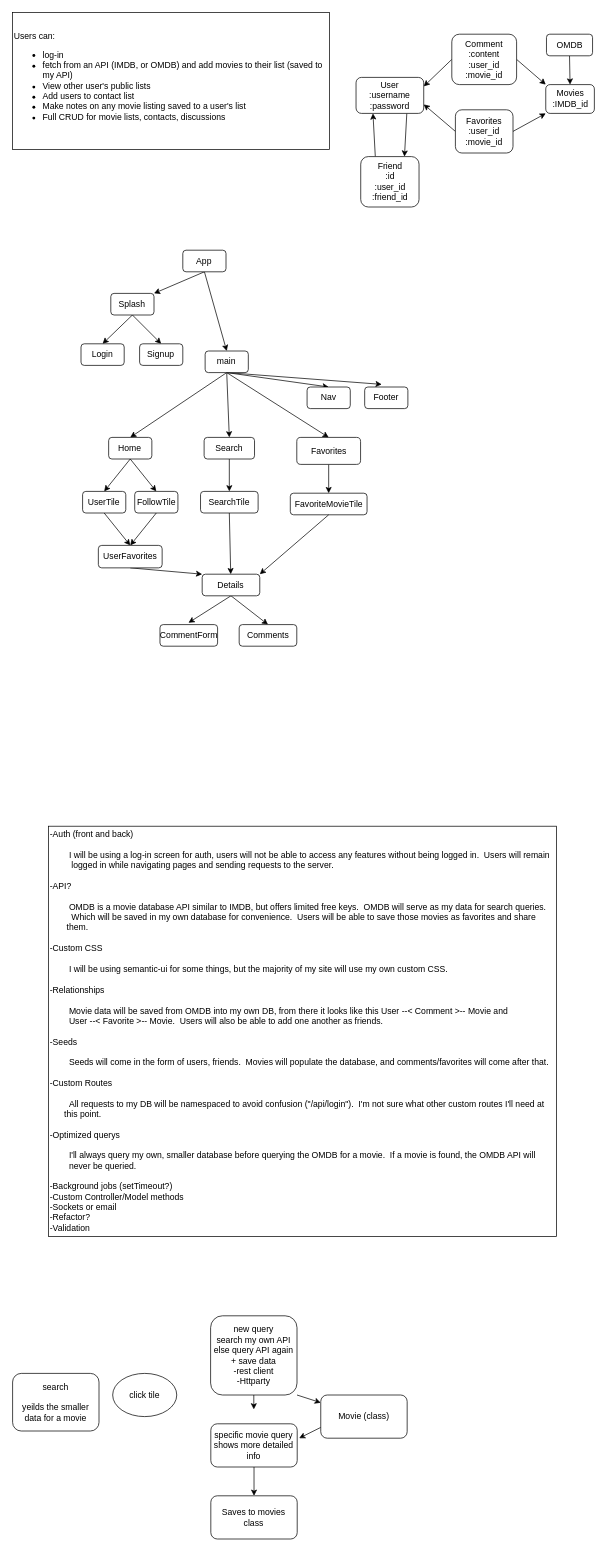
Above: plans.drawio in tmontobbio/movie-hunter (draw.io), before the change. Source tidied: cells renumbered, new cells numbered last; positions are measured from the earlier drawing's top-left corner, leaving out a move shared by most shapes. Both pictures are drawn from the tidied source at 72%, with x=0, y=0 at pixel (12, 12).
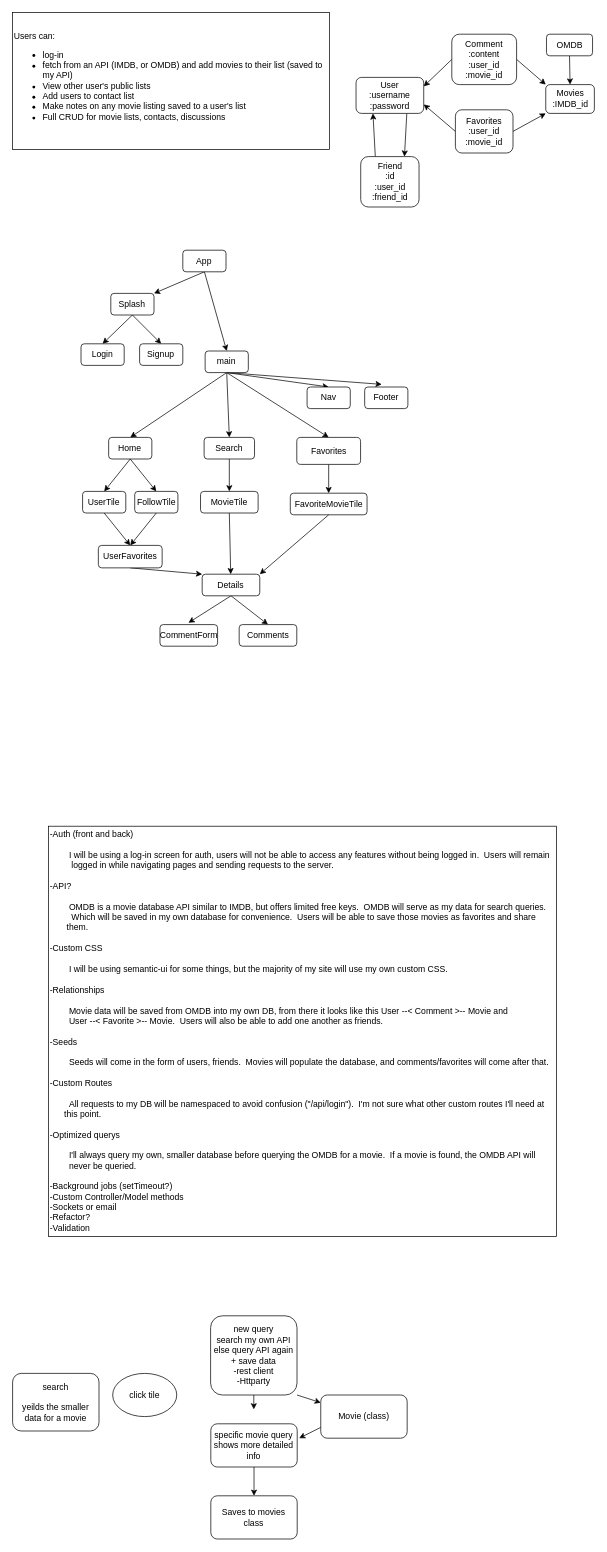
The same page after the edit.

The edit, as a diff of the source:
```diff
@@
-    <mxCell id="35" value="SearchTile" style="rounded=1;whiteSpace=wrap;html=1;" parent="1" vertex="1">
+    <mxCell id="35" value="MovieTile" style="rounded=1;whiteSpace=wrap;html=1;" parent="1" vertex="1">
       <mxGeometry x="261" y="665" width="80" height="30" as="geometry" />
     </mxCell>
```
